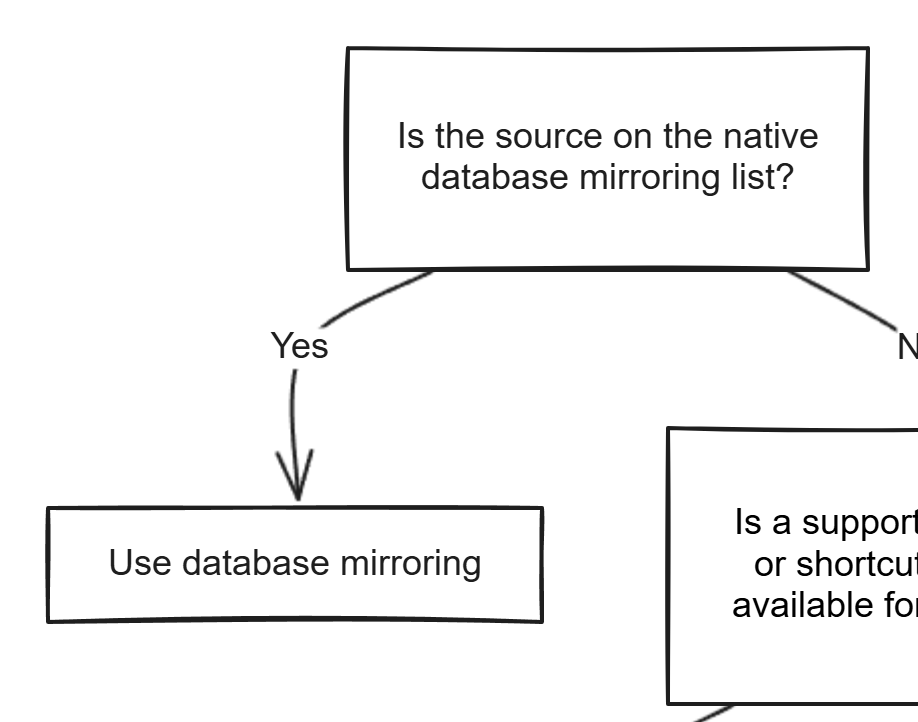
Above: docs/assets/diagrams/chapter-02/diagram-01.excalidraw.png in MarkPryceMaherMSFT/Mirroring-Book (Excalidraw), before the change. Source tidied: one line per element, renumbered; positions are measured from the earlier drawing's top-left corner, leaving out a move shared by most shapes.
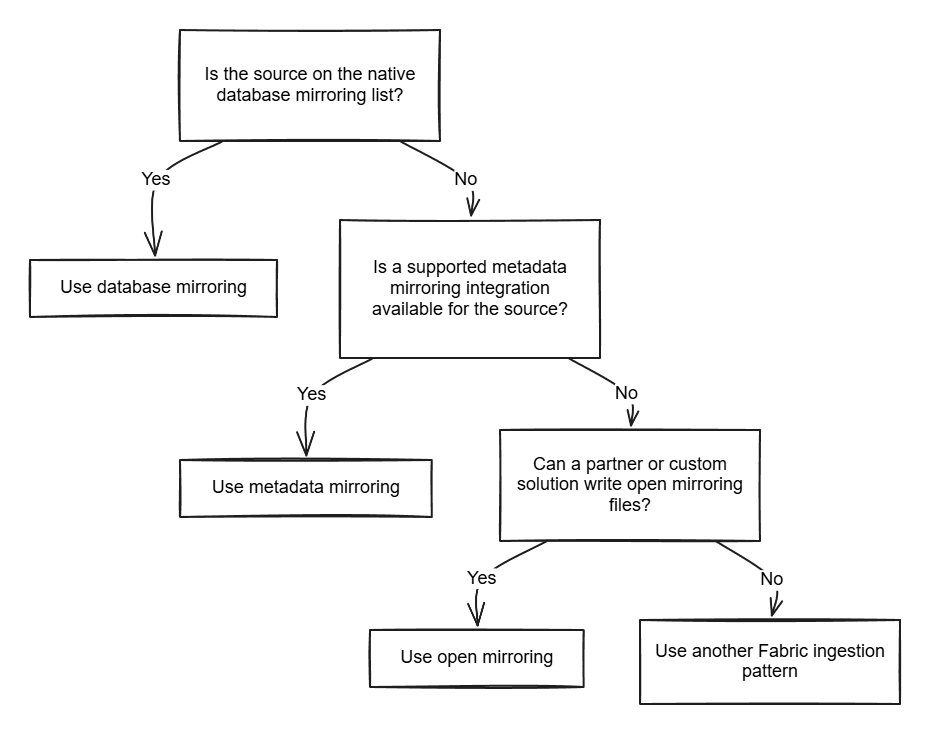
The same file after the commit.

Diff of the diagram source:
```diff
@@ -11,16 +11,16 @@
 {"id": 10, "type": "arrow", "strokeColor": "#1e1e1e", "strokeWidth": 2, "roughness": 0, "endArrowhead": "arrow", "round": true, "from": 2, "to": 4, "x": 538, "y": 328, "width": 62, "height": 67, "points": [[0, 0], [58, 36], [62, 67]]}
 {"id": 11, "type": "arrow", "strokeColor": "#1e1e1e", "strokeWidth": 2, "roughness": 0, "endArrowhead": "arrow", "round": true, "from": 4, "to": 5, "x": 515, "y": 512, "width": 68, "height": 84, "points": [[0, 0], [-64, 37], [-68, 84]]}
 {"id": 12, "type": "arrow", "strokeColor": "#1e1e1e", "strokeWidth": 2, "roughness": 0, "endArrowhead": "arrow", "round": true, "from": 4, "to": 6, "x": 685, "y": 512, "width": 57, "height": 74, "points": [[0, 0], [57, 39], [55, 74]]}
-{"id": 13, "type": "text", "text": "Is the source on the native\ndatabase mirroring list?", "strokeColor": "#1e1e1e", "strokeWidth": 2, "roughness": 1, "fontSize": 18, "fontFamily": 2, "textAlign": "center", "verticalAlign": "middle", "inside": 0, "x": 174, "y": 35, "width": 211, "height": 41}
+{"id": 13, "type": "text", "text": "Is the source on the native\ndatabase mirroring list?", "strokeColor": "#000000", "strokeWidth": 2, "roughness": 1, "fontSize": 18, "fontFamily": 2, "textAlign": "center", "verticalAlign": "middle", "inside": 0, "x": 174, "y": 35, "width": 211, "height": 41}
-{"id": 14, "type": "text", "text": "Use database mirroring", "strokeColor": "#1e1e1e", "strokeWidth": 2, "roughness": 1, "fontSize": 18, "fontFamily": 2, "textAlign": "center", "verticalAlign": "middle", "inside": 1, "x": 30, "y": 248, "width": 187, "height": 21}
+{"id": 14, "type": "text", "text": "Use database mirroring", "strokeColor": "#000000", "strokeWidth": 2, "roughness": 1, "fontSize": 18, "fontFamily": 2, "textAlign": "center", "verticalAlign": "middle", "inside": 1, "x": 30, "y": 248, "width": 187, "height": 21}
-{"id": 15, "type": "text", "text": "Is a supported metadata\nor shortcut integration\navailable for the source?", "strokeColor": "#000000", "strokeWidth": 2, "roughness": 1, "fontSize": 18, "fontFamily": 2, "textAlign": "center", "verticalAlign": "middle", "inside": 2, "x": 342, "y": 228, "width": 196, "height": 62}
+{"id": 15, "type": "text", "text": "Is a supported metadata\nmirroring integration\navailable for the source?", "strokeColor": "#000000", "strokeWidth": 2, "roughness": 1, "fontSize": 18, "fontFamily": 2, "textAlign": "center", "verticalAlign": "middle", "inside": 2, "x": 342, "y": 228, "width": 196, "height": 62}
-{"id": 16, "type": "text", "text": "Use metadata mirroring", "strokeColor": "#1e1e1e", "strokeWidth": 2, "roughness": 1, "fontSize": 18, "fontFamily": 2, "textAlign": "center", "verticalAlign": "middle", "inside": 3, "x": 182, "y": 448, "width": 188, "height": 21}
+{"id": 16, "type": "text", "text": "Use metadata mirroring", "strokeColor": "#000000", "strokeWidth": 2, "roughness": 1, "fontSize": 18, "fontFamily": 2, "textAlign": "center", "verticalAlign": "middle", "inside": 3, "x": 182, "y": 448, "width": 188, "height": 21}
-{"id": 17, "type": "text", "text": "Can a partner or custom\nsolution write open mirroring\nfiles?", "strokeColor": "#1e1e1e", "strokeWidth": 2, "roughness": 1, "fontSize": 18, "fontFamily": 2, "textAlign": "center", "verticalAlign": "middle", "inside": 4, "x": 487, "y": 424, "width": 226, "height": 62}
+{"id": 17, "type": "text", "text": "Can a partner or custom\nsolution write open mirroring\nfiles?", "strokeColor": "#000000", "strokeWidth": 2, "roughness": 1, "fontSize": 18, "fontFamily": 2, "textAlign": "center", "verticalAlign": "middle", "inside": 4, "x": 487, "y": 424, "width": 226, "height": 62}
-{"id": 18, "type": "text", "text": "Use open mirroring", "strokeColor": "#1e1e1e", "strokeWidth": 2, "roughness": 1, "fontSize": 18, "fontFamily": 2, "textAlign": "center", "verticalAlign": "middle", "inside": 5, "x": 370, "y": 618, "width": 153, "height": 21}
+{"id": 18, "type": "text", "text": "Use open mirroring", "strokeColor": "#000000", "strokeWidth": 2, "roughness": 1, "fontSize": 18, "fontFamily": 2, "textAlign": "center", "verticalAlign": "middle", "inside": 5, "x": 370, "y": 618, "width": 153, "height": 21}
-{"id": 19, "type": "text", "text": "Use another Fabric ingestion\npattern", "strokeColor": "#1e1e1e", "strokeWidth": 2, "roughness": 1, "fontSize": 18, "fontFamily": 2, "textAlign": "center", "verticalAlign": "middle", "inside": 6, "x": 625, "y": 611, "width": 230, "height": 41}
+{"id": 19, "type": "text", "text": "Use another Fabric ingestion\npattern", "strokeColor": "#000000", "strokeWidth": 2, "roughness": 1, "fontSize": 18, "fontFamily": 2, "textAlign": "center", "verticalAlign": "middle", "inside": 6, "x": 625, "y": 611, "width": 230, "height": 41}
-{"id": 20, "type": "text", "text": "Yes", "strokeColor": "#1e1e1e", "strokeWidth": 2, "roughness": 1, "fontSize": 18, "fontFamily": 2, "textAlign": "center", "verticalAlign": "middle", "inside": 7, "x": 117, "y": 137, "width": 29, "height": 21}
+{"id": 20, "type": "text", "text": "Yes", "strokeColor": "#000000", "strokeWidth": 2, "roughness": 1, "fontSize": 18, "fontFamily": 2, "textAlign": "center", "verticalAlign": "middle", "inside": 7, "x": 111, "y": 140, "width": 29, "height": 21}
-{"id": 21, "type": "text", "text": "No", "strokeColor": "#1e1e1e", "strokeWidth": 2, "roughness": 1, "fontSize": 18, "fontFamily": 2, "textAlign": "center", "verticalAlign": "middle", "inside": 8, "x": 424, "y": 137, "width": 23, "height": 21}
+{"id": 21, "type": "text", "text": "No", "strokeColor": "#000000", "strokeWidth": 2, "roughness": 1, "fontSize": 18, "fontFamily": 2, "textAlign": "center", "verticalAlign": "middle", "inside": 8, "x": 424, "y": 140, "width": 23, "height": 21}
-{"id": 22, "type": "text", "text": "Yes", "strokeColor": "#1e1e1e", "strokeWidth": 2, "roughness": 1, "fontSize": 18, "fontFamily": 2, "textAlign": "center", "verticalAlign": "middle", "inside": 9, "x": 267, "y": 352, "width": 29, "height": 21}
+{"id": 22, "type": "text", "text": "Yes", "strokeColor": "#000000", "strokeWidth": 2, "roughness": 1, "fontSize": 18, "fontFamily": 2, "textAlign": "center", "verticalAlign": "middle", "inside": 9, "x": 267, "y": 355, "width": 29, "height": 21}
-{"id": 23, "type": "text", "text": "No", "strokeColor": "#1e1e1e", "strokeWidth": 2, "roughness": 1, "fontSize": 18, "fontFamily": 2, "textAlign": "center", "verticalAlign": "middle", "inside": 10, "x": 576, "y": 352, "width": 23, "height": 21}
+{"id": 23, "type": "text", "text": "No", "strokeColor": "#000000", "strokeWidth": 2, "roughness": 1, "fontSize": 18, "fontFamily": 2, "textAlign": "center", "verticalAlign": "middle", "inside": 10, "x": 585, "y": 354, "width": 23, "height": 21}
-{"id": 24, "type": "text", "text": "Yes", "strokeColor": "#1e1e1e", "strokeWidth": 2, "roughness": 1, "fontSize": 18, "fontFamily": 2, "textAlign": "center", "verticalAlign": "middle", "inside": 11, "x": 430, "y": 540, "width": 29, "height": 21}
+{"id": 24, "type": "text", "text": "Yes", "strokeColor": "#000000", "strokeWidth": 2, "roughness": 1, "fontSize": 18, "fontFamily": 2, "textAlign": "center", "verticalAlign": "middle", "inside": 11, "x": 437, "y": 538, "width": 29, "height": 21}
-{"id": 25, "type": "text", "text": "No", "strokeColor": "#1e1e1e", "strokeWidth": 2, "roughness": 1, "fontSize": 18, "fontFamily": 2, "textAlign": "center", "verticalAlign": "middle", "inside": 12, "x": 720, "y": 540, "width": 23, "height": 21}
+{"id": 25, "type": "text", "text": "No", "strokeColor": "#000000", "strokeWidth": 2, "roughness": 1, "fontSize": 18, "fontFamily": 2, "textAlign": "center", "verticalAlign": "middle", "inside": 12, "x": 730, "y": 540, "width": 23, "height": 21}
```
